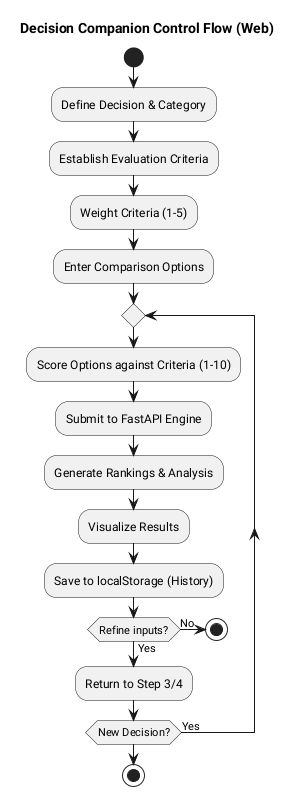
The PlantUML diagram diagrams/control_flow.png in jagathkiran/decision-companion, before a commit.
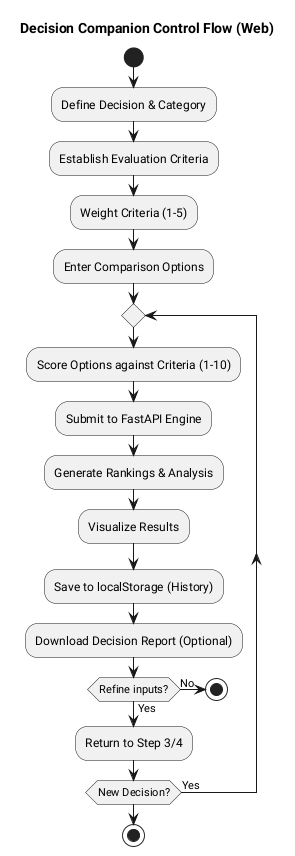
Above is the later version.

Change to the diagram source:
```diff
@@ -18,6 +18,7 @@
   :Visualize Results;
 
   :Save to localStorage (History);
+  :Download Decision Report (Optional);
 
   if (Refine inputs?) then (Yes)
     :Return to Step 3/4;
```
